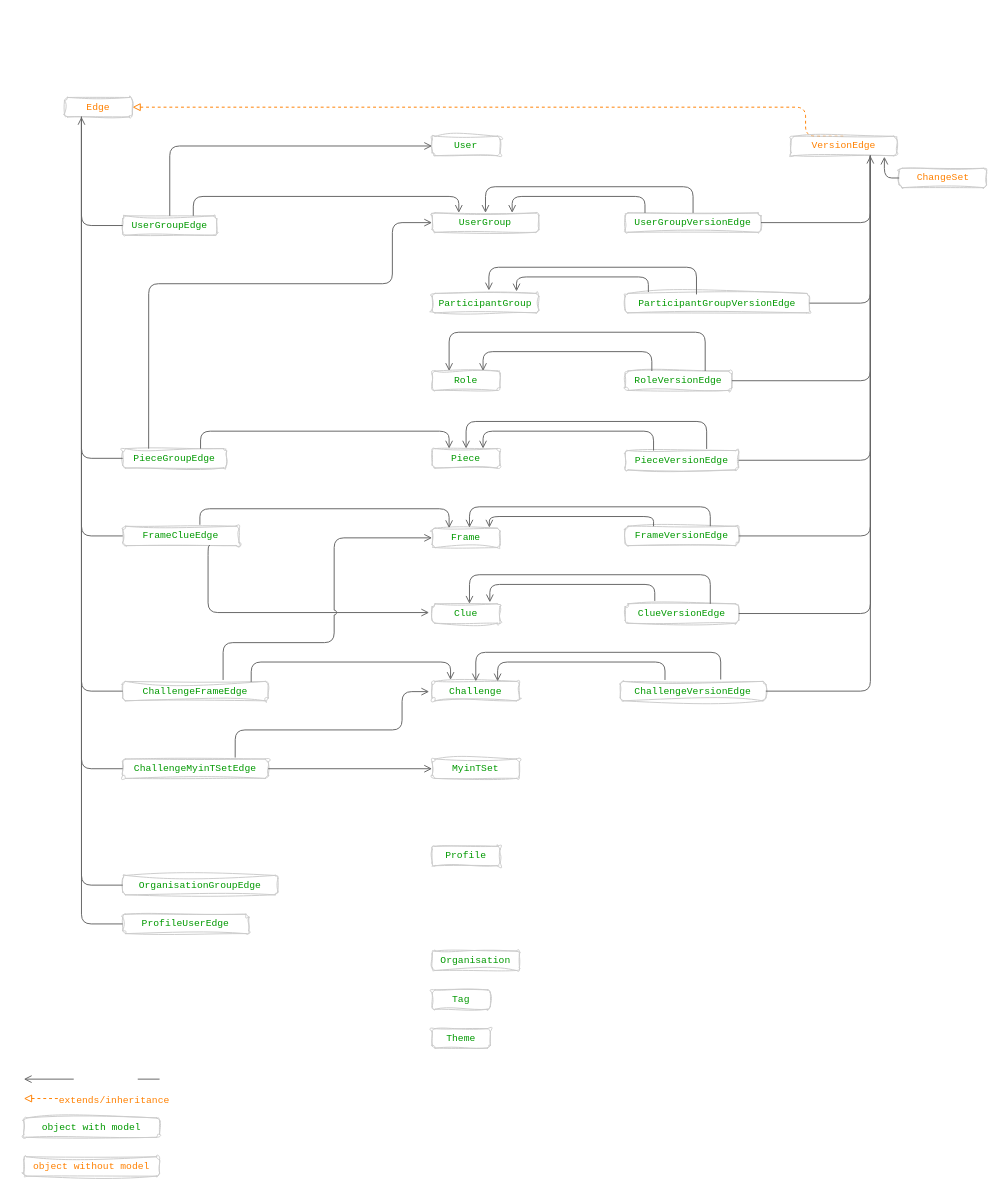
This is page "Schema edges" (4 of 5) of model/myint.graphql.api.drawio from tealacademy/myint-graphql-api, a draw.io file, before an edit. Source tidied: cells renumbered, new cells numbered last; positions are measured from the earlier drawing's top-left corner, leaving out a move shared by most shapes. Both pictures are drawn from the tidied source at 97%, with x=0, y=0 at pixel (23, 97).
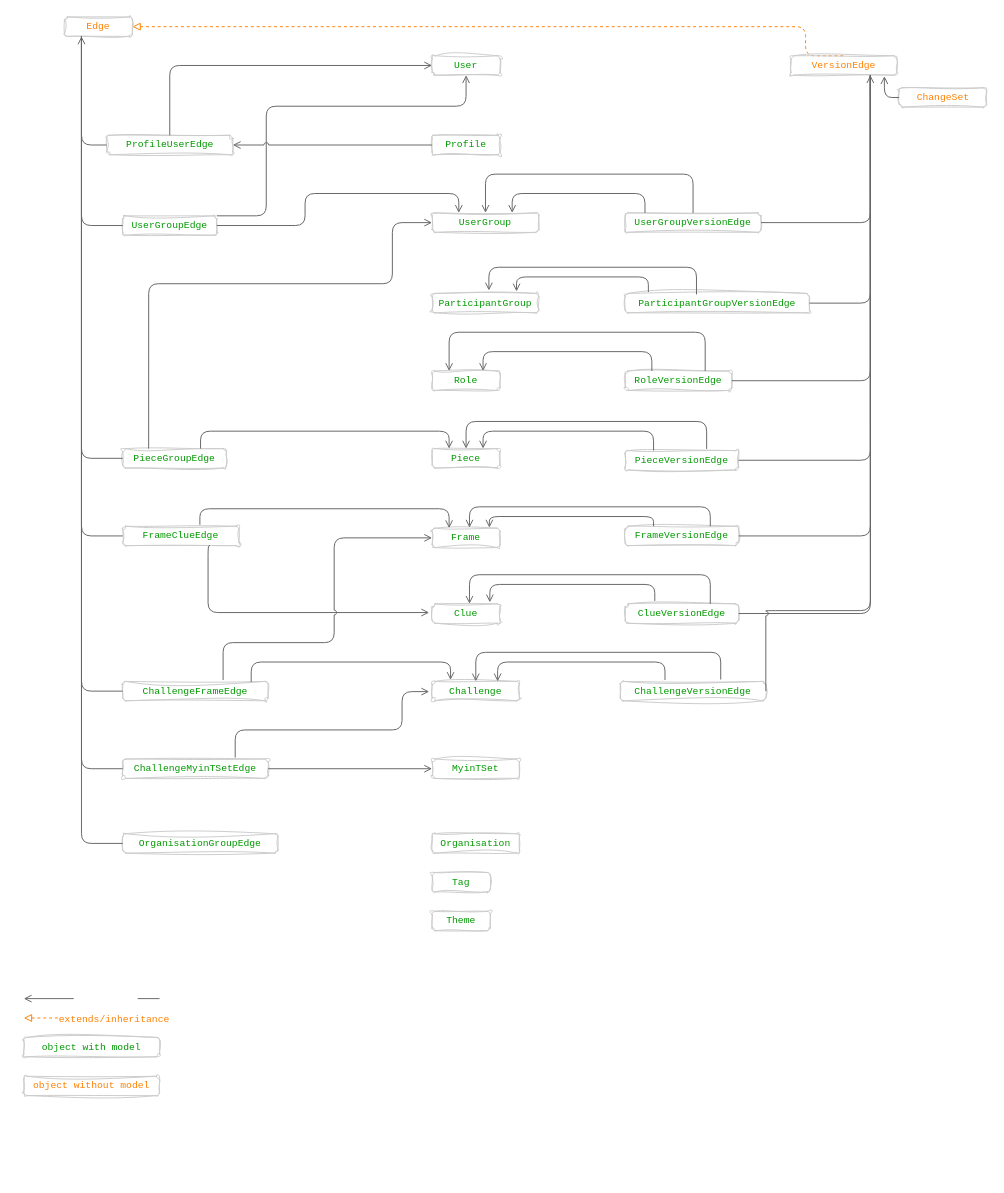
After the change.

Unchanged cells that the change refers to:
```xml
<mxCell id="3" value="UserGroupEdge" style="rounded=1;whiteSpace=wrap;html=1;glass=0;sketch=1;hachureGap=4;jiggle=2;curveFitting=1;strokeColor=#CCCCCC;fontFamily=Courier New;fontSize=10;fontColor=#009900;fillColor=none;" parent="1" vertex="1">
  <mxGeometry x="102" y="122" width="97" height="20" as="geometry" />
</mxCell>
<mxCell id="16" value="UserGroup" style="rounded=1;whiteSpace=wrap;html=1;glass=0;sketch=1;hachureGap=4;jiggle=2;curveFitting=1;strokeColor=#CCCCCC;fontFamily=Courier New;fontSize=10;fontColor=#009900;fillColor=none;" parent="1" vertex="1">
  <mxGeometry x="421" y="119" width="110" height="20" as="geometry" />
</mxCell>
<mxCell id="17" value="UserGroupVersionEdge" style="rounded=1;whiteSpace=wrap;html=1;glass=0;sketch=1;hachureGap=4;jiggle=2;curveFitting=1;strokeColor=#CCCCCC;fontFamily=Courier New;fontSize=10;fontColor=#009900;fillColor=none;" parent="1" vertex="1">
  <mxGeometry x="620" y="119" width="140" height="20" as="geometry" />
</mxCell>
<mxCell id="33" value="ChallengeVersionEdge" style="rounded=1;whiteSpace=wrap;html=1;glass=0;sketch=1;hachureGap=4;jiggle=2;curveFitting=1;strokeColor=#CCCCCC;fontFamily=Courier New;fontSize=10;fontColor=#009900;fillColor=none;" parent="1" vertex="1">
  <mxGeometry x="615" y="602" width="150" height="20" as="geometry" />
</mxCell>
```

The edit, as a diff of the source:
```diff
@@
     <mxCell id="2" value="User" style="rounded=1;whiteSpace=wrap;html=1;glass=0;sketch=1;hachureGap=4;jiggle=2;curveFitting=1;strokeColor=#CCCCCC;fontFamily=Courier New;fontSize=10;fontColor=#009900;fillColor=none;" parent="1" vertex="1">
-      <mxGeometry x="421" y="40" width="70" height="20" as="geometry" />
+      <mxGeometry x="421" y="-43" width="70" height="20" as="geometry" />
     </mxCell>
@@
     <mxCell id="7" style="edgeStyle=orthogonalEdgeStyle;hachureGap=4;jumpStyle=arc;jumpSize=5;html=1;exitX=1;exitY=0.5;exitDx=0;exitDy=0;strokeColor=#FF8000;strokeWidth=1;fontFamily=Courier New;fontSize=15;fontColor=#FF8000;startArrow=block;startFill=0;endArrow=none;endFill=0;entryX=0.5;entryY=0;entryDx=0;entryDy=0;dashed=1;" parent="1" edge="1" source="8" target="9">
       <mxGeometry relative="1" as="geometry">
         <Array as="points">
-          <mxPoint x="806" y="10" />
+          <mxPoint x="806" y="-73" />
         </Array>
       </mxGeometry>
     </mxCell>
     <mxCell id="8" value="&lt;font color=&quot;#ff8000&quot;&gt;Edge&lt;/font&gt;" style="rounded=1;whiteSpace=wrap;html=1;glass=0;sketch=1;hachureGap=4;jiggle=2;curveFitting=1;strokeColor=#CCCCCC;fontFamily=Courier New;fontSize=10;fontColor=#009900;fillColor=none;" parent="1" vertex="1">
-      <mxGeometry x="42" width="70" height="20" as="geometry" />
+      <mxGeometry x="42" y="-83" width="70" height="20" as="geometry" />
     </mxCell>
     <mxCell id="9" value="&lt;font color=&quot;#ff8000&quot;&gt;VersionEdge&lt;/font&gt;" style="rounded=1;whiteSpace=wrap;html=1;glass=0;sketch=1;hachureGap=4;jiggle=2;curveFitting=1;strokeColor=#CCCCCC;fontFamily=Courier New;fontSize=10;fontColor=#009900;fillColor=none;" parent="1" vertex="1">
-      <mxGeometry x="791" y="40" width="109" height="20" as="geometry" />
+      <mxGeometry x="791" y="-43" width="109" height="20" as="geometry" />
     </mxCell>
@@
     <mxCell id="35" value="Organisation" style="rounded=1;whiteSpace=wrap;html=1;glass=0;sketch=1;hachureGap=4;jiggle=2;curveFitting=1;strokeColor=#CCCCCC;fontFamily=Courier New;fontSize=10;fontColor=#009900;fillColor=none;" parent="1" vertex="1">
-      <mxGeometry x="421" y="880" width="90" height="20" as="geometry" />
+      <mxGeometry x="421" y="759" width="90" height="20" as="geometry" />
     </mxCell>
     <mxCell id="36" value="OrganisationGroupEdge" style="rounded=1;whiteSpace=wrap;html=1;glass=0;sketch=1;hachureGap=4;jiggle=2;curveFitting=1;strokeColor=#CCCCCC;fontFamily=Courier New;fontSize=10;fontColor=#009900;fillColor=none;" parent="1" vertex="1">
-      <mxGeometry x="102" y="802" width="160" height="20" as="geometry" />
+      <mxGeometry x="102" y="759" width="160" height="20" as="geometry" />
     </mxCell>
     <mxCell id="37" value="Profile" style="rounded=1;whiteSpace=wrap;html=1;glass=0;sketch=1;hachureGap=4;jiggle=2;curveFitting=1;strokeColor=#CCCCCC;fontFamily=Courier New;fontSize=10;fontColor=#009900;fillColor=none;" parent="1" vertex="1">
-      <mxGeometry x="421" y="772" width="70" height="20" as="geometry" />
+      <mxGeometry x="421" y="39" width="70" height="20" as="geometry" />
     </mxCell>
     <mxCell id="38" value="ProfileUserEdge" style="rounded=1;whiteSpace=wrap;html=1;glass=0;sketch=1;hachureGap=4;jiggle=2;curveFitting=1;strokeColor=#CCCCCC;fontFamily=Courier New;fontSize=10;fontColor=#009900;fillColor=none;" parent="1" vertex="1">
-      <mxGeometry x="102" y="842" width="130" height="20" as="geometry" />
+      <mxGeometry x="85.5" y="39" width="130" height="20" as="geometry" />
     </mxCell>
     <mxCell id="39" value="Tag" style="rounded=1;whiteSpace=wrap;html=1;glass=0;sketch=1;hachureGap=4;jiggle=2;curveFitting=1;strokeColor=#CCCCCC;fontFamily=Courier New;fontSize=10;fontColor=#009900;fillColor=none;" parent="1" vertex="1">
-      <mxGeometry x="421" y="920" width="60" height="20" as="geometry" />
+      <mxGeometry x="421" y="799" width="60" height="20" as="geometry" />
     </mxCell>
     <mxCell id="40" value="Theme" style="rounded=1;whiteSpace=wrap;html=1;glass=0;sketch=1;hachureGap=4;jiggle=2;curveFitting=1;strokeColor=#CCCCCC;fontFamily=Courier New;fontSize=10;fontColor=#009900;fillColor=none;" parent="1" vertex="1">
-      <mxGeometry x="421" y="960" width="60" height="20" as="geometry" />
+      <mxGeometry x="421" y="839" width="60" height="20" as="geometry" />
     </mxCell>
@@
     <mxCell id="45" style="edgeStyle=orthogonalEdgeStyle;hachureGap=4;jumpStyle=arc;jumpSize=5;html=1;exitX=0.75;exitY=1;exitDx=0;exitDy=0;strokeColor=#666666;strokeWidth=1;fontFamily=Courier New;fontSize=15;fontColor=#FF8000;startArrow=open;startFill=0;endArrow=none;endFill=0;entryX=1;entryY=0.5;entryDx=0;entryDy=0;fillColor=#f5f5f5;gradientColor=#b3b3b3;" parent="1" edge="1" source="9" target="33">
       <mxGeometry relative="1" as="geometry">
         <Array as="points">
-          <mxPoint x="873" y="612" />
+          <mxPoint x="873" y="529" />
         </Array>
       </mxGeometry>
     </mxCell>
     <mxCell id="46" style="endArrow=none;dashed=1;html=1;strokeWidth=1;rounded=1;sketch=0;hachureGap=4;jiggle=2;curveFitting=1;strokeColor=#FF8000;fontFamily=Courier New;fontSize=15;fontColor=#FF8000;jumpStyle=arc;jumpSize=5;endFill=0;startArrow=block;startFill=0;" parent="1" edge="1">
       <mxGeometry relative="1" as="geometry">
-        <mxPoint y="1032" as="sourcePoint" />
-        <mxPoint x="140" y="1032" as="targetPoint" />
+        <mxPoint y="949" as="sourcePoint" />
+        <mxPoint x="140" y="949" as="targetPoint" />
       </mxGeometry>
     </mxCell>
@@
     <mxCell id="48" style="endArrow=none;html=1;rounded=1;sketch=0;hachureGap=4;jiggle=2;curveFitting=1;strokeColor=#666666;strokeWidth=1;fontFamily=Courier New;fontSize=10;fontColor=#FF8000;jumpStyle=arc;jumpSize=5;startArrow=open;startFill=0;fillColor=#f5f5f5;gradientColor=#b3b3b3;" parent="1" edge="1">
       <mxGeometry relative="1" as="geometry">
-        <mxPoint y="1012" as="sourcePoint" />
-        <mxPoint x="140" y="1012" as="targetPoint" />
+        <mxPoint y="929" as="sourcePoint" />
+        <mxPoint x="140" y="929" as="targetPoint" />
       </mxGeometry>
     </mxCell>
@@
     <mxCell id="50" value="object with model" style="rounded=1;whiteSpace=wrap;html=1;glass=0;sketch=1;hachureGap=4;jiggle=2;curveFitting=1;strokeColor=#CCCCCC;fontFamily=Courier New;fontSize=10;fontColor=#009900;fillColor=none;" parent="1" vertex="1">
-      <mxGeometry y="1052" width="140" height="20" as="geometry" />
+      <mxGeometry y="969" width="140" height="20" as="geometry" />
     </mxCell>
     <mxCell id="51" value="object without model" style="rounded=1;whiteSpace=wrap;html=1;glass=0;sketch=1;hachureGap=4;jiggle=2;curveFitting=1;strokeColor=#CCCCCC;fontFamily=Courier New;fontSize=10;fontColor=#FF8000;fillColor=none;" parent="1" vertex="1">
-      <mxGeometry y="1092" width="140" height="20" as="geometry" />
+      <mxGeometry y="1009" width="140" height="20" as="geometry" />
     </mxCell>
-    <mxCell id="52" style="hachureGap=4;jumpStyle=arc;jumpSize=5;html=1;strokeColor=#666666;strokeWidth=1;fontFamily=Courier New;fontSize=15;fontColor=#FF8000;startArrow=none;startFill=0;endArrow=open;endFill=0;exitX=0.75;exitY=0;exitDx=0;exitDy=0;rounded=1;edgeStyle=orthogonalEdgeStyle;fillColor=#f5f5f5;gradientColor=#b3b3b3;entryX=0.25;entryY=0;entryDx=0;entryDy=0;" parent="1" edge="1" source="3" target="16">
+    <mxCell id="52" style="hachureGap=4;jumpStyle=arc;jumpSize=5;html=1;strokeColor=#666666;strokeWidth=1;fontFamily=Courier New;fontSize=15;fontColor=#FF8000;startArrow=none;startFill=0;endArrow=open;endFill=0;exitX=1;exitY=0.5;exitDx=0;exitDy=0;rounded=1;edgeStyle=orthogonalEdgeStyle;fillColor=#f5f5f5;gradientColor=#b3b3b3;entryX=0.25;entryY=0;entryDx=0;entryDy=0;" parent="1" edge="1" source="3" target="16">
       <mxGeometry relative="1" as="geometry">
         <Array as="points">
-          <mxPoint x="175" y="102" />
-          <mxPoint x="449" y="102" />
+          <mxPoint x="290" y="132" />
+          <mxPoint x="290" y="99" />
+          <mxPoint x="449" y="99" />
         </Array>
       </mxGeometry>
     </mxCell>
     <mxCell id="53" style="endArrow=none;html=1;rounded=1;sketch=0;hachureGap=4;jiggle=2;curveFitting=1;strokeWidth=1;fontFamily=Courier New;fontSize=10;fontColor=#FFFFFF;jumpStyle=arc;jumpSize=5;entryX=0.5;entryY=0;entryDx=0;entryDy=0;edgeStyle=orthogonalEdgeStyle;startArrow=open;startFill=0;fillColor=#f5f5f5;strokeColor=#666666;gradientColor=#b3b3b3;exitX=0.5;exitY=0;exitDx=0;exitDy=0;" parent="1" edge="1" source="16" target="17">
       <mxGeometry relative="1" as="geometry">
         <Array as="points">
-          <mxPoint x="476" y="92" />
-          <mxPoint x="690" y="92" />
+          <mxPoint x="476" y="79" />
+          <mxPoint x="690" y="79" />
         </Array>
       </mxGeometry>
     </mxCell>
     <mxCell id="54" style="endArrow=none;html=1;rounded=1;sketch=0;hachureGap=4;jiggle=2;curveFitting=1;strokeWidth=1;fontFamily=Courier New;fontSize=10;fontColor=#FFFFFF;jumpStyle=arc;jumpSize=5;edgeStyle=orthogonalEdgeStyle;startArrow=open;startFill=0;exitX=0.75;exitY=0;exitDx=0;exitDy=0;fillColor=#f5f5f5;strokeColor=#666666;gradientColor=#b3b3b3;entryX=0.146;entryY=0;entryDx=0;entryDy=0;entryPerimeter=0;" parent="1" edge="1" source="16" target="17">
       <mxGeometry relative="1" as="geometry">
         <Array as="points">
-          <mxPoint x="504" y="102" />
-          <mxPoint x="640" y="102" />
-          <mxPoint x="640" y="119" />
+          <mxPoint x="504" y="99" />
+          <mxPoint x="640" y="99" />
         </Array>
       </mxGeometry>
     </mxCell>
@@
-    <mxCell id="61" style="hachureGap=4;jumpStyle=arc;jumpSize=5;html=1;strokeColor=#666666;strokeWidth=1;fontFamily=Courier New;fontSize=15;fontColor=#FF8000;startArrow=none;startFill=0;endArrow=open;endFill=0;exitX=0.5;exitY=0;exitDx=0;exitDy=0;rounded=1;edgeStyle=orthogonalEdgeStyle;fillColor=#f5f5f5;gradientColor=#b3b3b3;entryX=0;entryY=0.5;entryDx=0;entryDy=0;" parent="1" edge="1" source="3" target="2">
+    <mxCell id="61" style="hachureGap=4;jumpStyle=arc;jumpSize=5;html=1;strokeColor=#666666;strokeWidth=1;fontFamily=Courier New;fontSize=15;fontColor=#FF8000;startArrow=none;startFill=0;endArrow=open;endFill=0;exitX=1;exitY=0;exitDx=0;exitDy=0;rounded=1;edgeStyle=orthogonalEdgeStyle;fillColor=#f5f5f5;gradientColor=#b3b3b3;entryX=0.5;entryY=1;entryDx=0;entryDy=0;" parent="1" edge="1" source="3" target="2">
       <mxGeometry relative="1" as="geometry">
         <Array as="points">
-          <mxPoint x="151" y="50" />
+          <mxPoint x="250" y="122" />
+          <mxPoint x="250" y="9" />
+          <mxPoint x="456" y="9" />
         </Array>
       </mxGeometry>
     </mxCell>
@@
     <mxCell id="77" value="&lt;font color=&quot;#ff8000&quot;&gt;ChangeSet&lt;/font&gt;" style="rounded=1;whiteSpace=wrap;html=1;glass=0;sketch=1;hachureGap=4;jiggle=2;curveFitting=1;strokeColor=#CCCCCC;fontFamily=Courier New;fontSize=10;fontColor=#009900;fillColor=none;" parent="1" vertex="1">
-      <mxGeometry x="902.5" y="73" width="90" height="20" as="geometry" />
+      <mxGeometry x="902.5" y="-10" width="90" height="20" as="geometry" />
     </mxCell>
@@
+    <mxCell id="79" style="hachureGap=4;jumpStyle=arc;jumpSize=5;html=1;strokeColor=#666666;strokeWidth=1;fontFamily=Courier New;fontSize=15;fontColor=#FF8000;startArrow=none;startFill=0;endArrow=open;endFill=0;exitX=0.5;exitY=0;exitDx=0;exitDy=0;rounded=1;edgeStyle=orthogonalEdgeStyle;fillColor=#f5f5f5;gradientColor=#b3b3b3;entryX=0;entryY=0.5;entryDx=0;entryDy=0;" parent="1" edge="1" source="38" target="2">
+      <mxGeometry relative="1" as="geometry">
+        <Array as="points">
+          <mxPoint x="151" y="-33" />
+        </Array>
+      </mxGeometry>
+    </mxCell>
+    <mxCell id="80" style="hachureGap=4;jumpStyle=arc;jumpSize=5;html=1;strokeColor=#666666;strokeWidth=1;fontFamily=Courier New;fontSize=15;fontColor=#FF8000;startArrow=none;startFill=0;endArrow=open;endFill=0;exitX=0;exitY=0.5;exitDx=0;exitDy=0;rounded=1;edgeStyle=orthogonalEdgeStyle;fillColor=#f5f5f5;gradientColor=#b3b3b3;entryX=1;entryY=0.5;entryDx=0;entryDy=0;" parent="1" edge="1" source="37" target="38">
+      <mxGeometry relative="1" as="geometry">
+        <Array as="points">
+          <mxPoint x="230" y="49" />
+          <mxPoint x="230" y="49" />
+        </Array>
+      </mxGeometry>
+    </mxCell>
```
